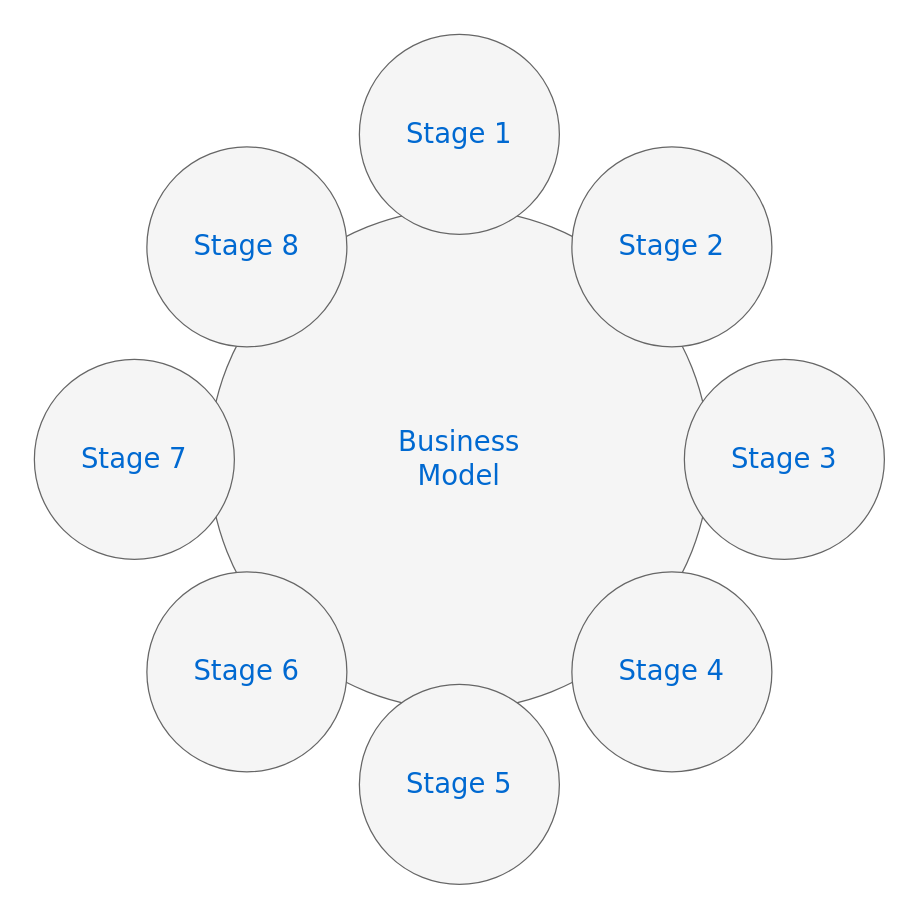
This is page "Page-1" (1 of 2) of Company.drawio from Rakholia1842/ERDiagram, a draw.io file, before an edit. Source tidied: cells renumbered, new cells numbered last; positions are measured from the earlier drawing's top-left corner, leaving out a move shared by most shapes. Both pictures are drawn from the tidied source at 125%, with x=0, y=0 at pixel (34, 34).
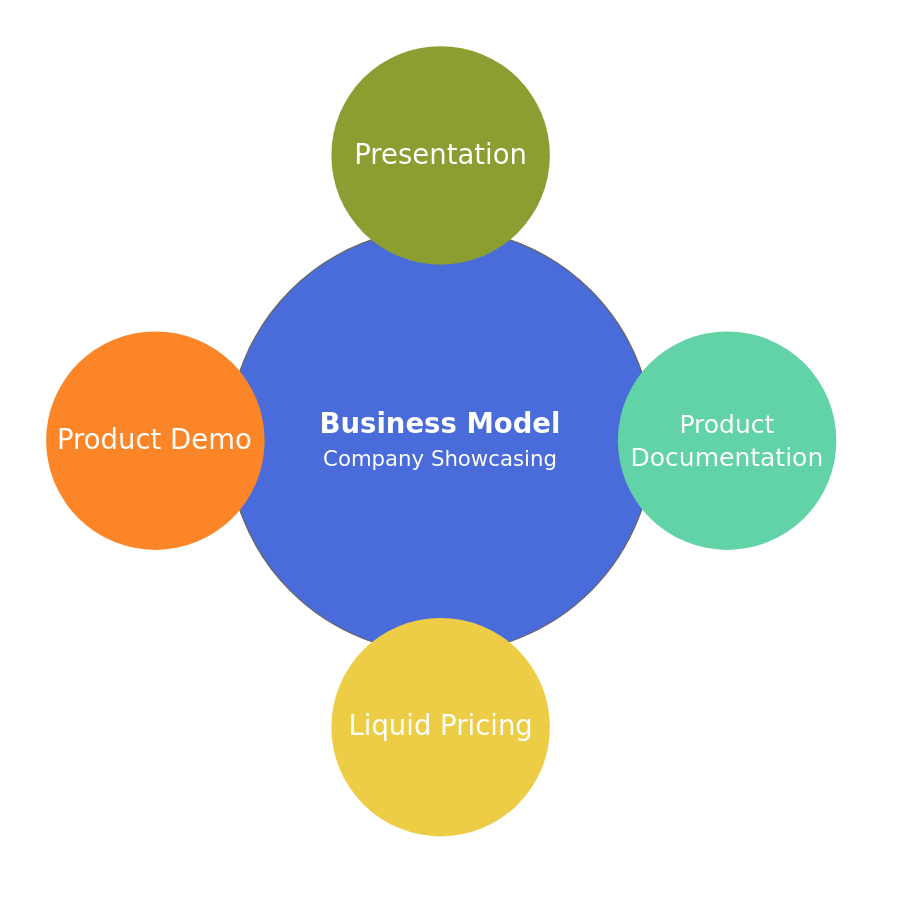
The same page after the edit.

Diff of the diagram source:
```diff
@@
-<mxGraphModel background="#ffffff">
+<mxGraphModel>
   <root>
     <mxCell id="0" />
     <mxCell id="1" parent="0" />
+    <mxCell id="11" style="group;direction=north;" parent="1" vertex="1">
+      <mxGeometry x="-10" y="-10" width="671" height="671" as="geometry" />
+    </mxCell>
-    <mxCell id="2" value="Business&lt;div&gt;Model&lt;/div&gt;" style="ellipse;whiteSpace=wrap;html=1;rounded=0;shadow=0;dashed=0;comic=0;fontFamily=Verdana;fontSize=22;fontColor=#0069D1;fillColor=#f5f5f5;strokeColor=#666666;" parent="1" vertex="1">
-      <mxGeometry x="140" y="140" width="400" height="400" as="geometry" />
+    <mxCell id="2" value="&lt;div&gt;&lt;b&gt;&lt;font color=&quot;#FFFFFF&quot;&gt;Business&lt;/font&gt;&lt;font color=&quot;#FFFFFF&quot;&gt; Model&lt;/font&gt;&lt;/b&gt;&lt;/div&gt;&lt;div&gt;&lt;font color=&quot;#FFFFFF&quot;&gt;&lt;font style=&quot;font-size: 17px&quot;&gt;Company Showcasing&lt;/font&gt;&lt;br&gt;&lt;/font&gt;&lt;/div&gt;" style="ellipse;whiteSpace=wrap;html=1;rounded=0;shadow=0;dashed=0;comic=0;fontFamily=Verdana;fontSize=22;fontColor=#0069D1;fillColor=#4a6cda;strokeColor=#666666;" parent="11" vertex="1">
+      <mxGeometry x="165.1" y="165.1" width="339.9" height="339.9" as="geometry" />
     </mxCell>
-    <mxCell id="3" value="Stage 1" style="ellipse;whiteSpace=wrap;html=1;rounded=0;shadow=0;dashed=0;comic=0;fontFamily=Verdana;fontSize=22;fontColor=#0069D1;fillColor=#f5f5f5;strokeColor=#666666;" parent="1" vertex="1">
-      <mxGeometry x="260" width="160" height="160" as="geometry" />
+    <mxCell id="3" value="&lt;font color=&quot;#FFFFFF&quot;&gt;Presentation&lt;/font&gt;" style="ellipse;whiteSpace=wrap;html=1;rounded=0;shadow=0;dashed=0;comic=0;fontFamily=Verdana;fontSize=22;fontColor=#0069D1;fillColor=#8b9e32;strokeColor=none;gradientColor=none;" parent="11" vertex="1">
+      <mxGeometry x="247.6" y="19.4" width="174.8" height="174.8" as="geometry" />
     </mxCell>
-    <mxCell id="4" value="Stage 5" style="ellipse;whiteSpace=wrap;html=1;rounded=0;shadow=0;dashed=0;comic=0;fontFamily=Verdana;fontSize=22;fontColor=#0069D1;fillColor=#f5f5f5;strokeColor=#666666;" parent="1" vertex="1">
-      <mxGeometry x="260" y="520" width="160" height="160" as="geometry" />
+    <mxCell id="4" value="&lt;font color=&quot;#FFFFFF&quot;&gt;Liquid Pricing&lt;br&gt;&lt;/font&gt;" style="ellipse;whiteSpace=wrap;html=1;rounded=0;shadow=0;dashed=0;comic=0;fontFamily=Verdana;fontSize=22;fontColor=#0069D1;fillColor=#eecd46;strokeColor=none;" parent="11" vertex="1">
+      <mxGeometry x="247.6" y="476.8" width="174.8" height="174.8" as="geometry" />
     </mxCell>
-    <mxCell id="5" value="Stage 3" style="ellipse;whiteSpace=wrap;html=1;rounded=0;shadow=0;dashed=0;comic=0;fontFamily=Verdana;fontSize=22;fontColor=#0069D1;fillColor=#f5f5f5;strokeColor=#666666;" parent="1" vertex="1">
-      <mxGeometry x="520" y="260" width="160" height="160" as="geometry" />
+    <mxCell id="5" value="&lt;font style=&quot;font-size: 20px&quot;&gt;&lt;font style=&quot;font-size: 20px&quot;&gt;&lt;font style=&quot;font-size: 20px&quot; color=&quot;#FFFFFF&quot;&gt;Product Documentation&lt;/font&gt;&lt;br&gt;&lt;/font&gt;&lt;/font&gt;" style="ellipse;whiteSpace=wrap;html=1;rounded=0;shadow=0;dashed=0;comic=0;fontFamily=Verdana;fontSize=22;fontColor=#0069D1;fillColor=#61d3a6;strokeColor=none;" parent="11" vertex="1">
+      <mxGeometry x="476.8" y="247.6" width="174.8" height="174.8" as="geometry" />
     </mxCell>
-    <mxCell id="6" value="Stage 7" style="ellipse;whiteSpace=wrap;html=1;rounded=0;shadow=0;dashed=0;comic=0;fontFamily=Verdana;fontSize=22;fontColor=#0069D1;fillColor=#f5f5f5;strokeColor=#666666;" parent="1" vertex="1">
-      <mxGeometry y="260" width="160" height="160" as="geometry" />
+    <mxCell id="6" value="&lt;font color=&quot;#FFFFFF&quot;&gt;Product Demo&lt;br&gt;&lt;/font&gt;" style="ellipse;whiteSpace=wrap;html=1;rounded=0;shadow=0;dashed=0;comic=0;fontFamily=Verdana;fontSize=22;fontColor=#0069D1;fillColor=#fc8627;strokeColor=none;" parent="11" vertex="1">
+      <mxGeometry x="19.4" y="247.6" width="174.8" height="174.8" as="geometry" />
     </mxCell>
-    <mxCell id="7" value="Stage 8" style="ellipse;whiteSpace=wrap;html=1;rounded=0;shadow=0;dashed=0;comic=0;fontFamily=Verdana;fontSize=22;fontColor=#0069D1;fillColor=#f5f5f5;strokeColor=#666666;" parent="1" vertex="1">
-      <mxGeometry x="90" y="90" width="160" height="160" as="geometry" />
-    </mxCell>
-    <mxCell id="8" value="Stage 2" style="ellipse;whiteSpace=wrap;html=1;rounded=0;shadow=0;dashed=0;comic=0;fontFamily=Verdana;fontSize=22;fontColor=#0069D1;fillColor=#f5f5f5;strokeColor=#666666;" parent="1" vertex="1">
-      <mxGeometry x="430" y="90" width="160" height="160" as="geometry" />
-    </mxCell>
-    <mxCell id="9" value="Stage 4" style="ellipse;whiteSpace=wrap;html=1;rounded=0;shadow=0;dashed=0;comic=0;fontFamily=Verdana;fontSize=22;fontColor=#0069D1;fillColor=#f5f5f5;strokeColor=#666666;" parent="1" vertex="1">
-      <mxGeometry x="430" y="430" width="160" height="160" as="geometry" />
-    </mxCell>
-    <mxCell id="10" value="Stage 6" style="ellipse;whiteSpace=wrap;html=1;rounded=0;shadow=0;dashed=0;comic=0;fontFamily=Verdana;fontSize=22;fontColor=#0069D1;fillColor=#f5f5f5;strokeColor=#666666;" parent="1" vertex="1">
-      <mxGeometry x="90" y="430" width="160" height="160" as="geometry" />
-    </mxCell>
   </root>
 </mxGraphModel>
```
